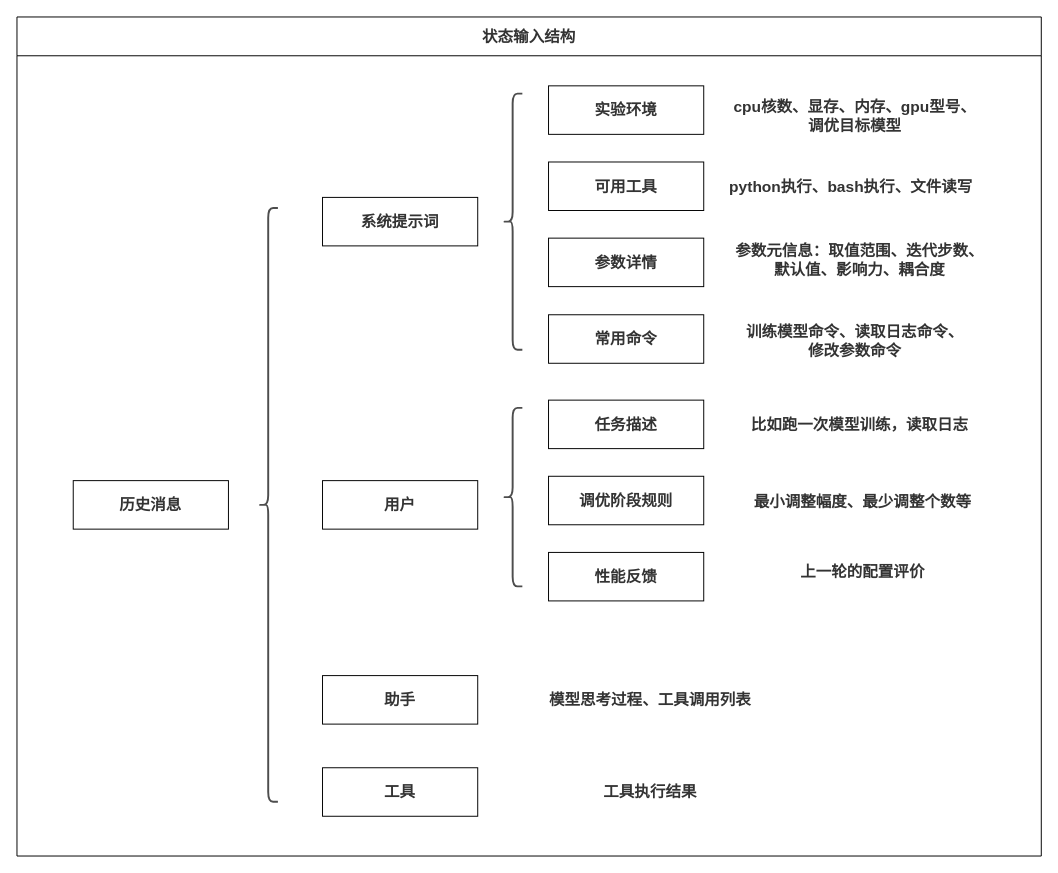
The draw.io diagram page "第 5 页" (5 of 14) of KernelTuneAgent.drawio in DonCoyi/_pictures, before the edit. Source tidied: cells renumbered, new cells numbered last; positions are measured from the earlier drawing's top-left corner, leaving out a move shared by most shapes. Both pictures are drawn from the tidied source at 97%, with x=0, y=0 at pixel (16, 16).
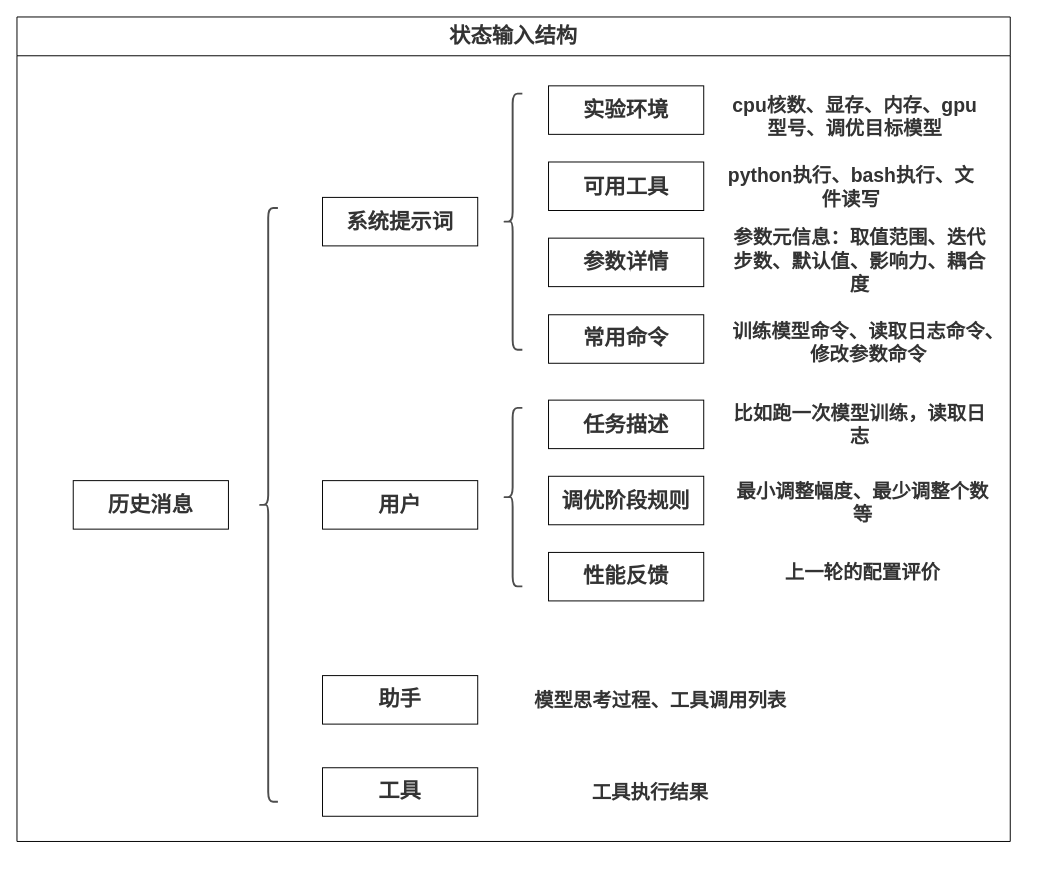
The same page after the edit.

The edit, as a diff of the source:
```diff
@@
-    <mxCell id="2" value="&lt;span style=&quot;font-size: 16px;&quot;&gt;&lt;font style=&quot;&quot;&gt;状态输入结构&lt;/font&gt;&lt;/span&gt;" style="swimlane;whiteSpace=wrap;html=1;startSize=40;fontColor=#333333;fontFamily=宋体;fontStyle=1;" parent="1" vertex="1">
-      <mxGeometry width="1056" height="865" as="geometry" />
+    <mxCell id="2" value="&lt;font style=&quot;font-size: 22px;&quot;&gt;状态输入结构&lt;/font&gt;" style="swimlane;whiteSpace=wrap;html=1;startSize=40;fontColor=#333333;fontFamily=宋体;fontStyle=1;" parent="1" vertex="1">
+      <mxGeometry width="1024" height="850" as="geometry" />
     </mxCell>
-    <mxCell id="3" value="&lt;font style=&quot;&quot;&gt;&lt;span style=&quot;font-size: 12pt; line-height: 150%;&quot;&gt;&lt;span style=&quot;font-size: 12pt; line-height: 150%;&quot;&gt;&lt;span style=&quot;&quot;&gt;系统提示词&lt;/span&gt;&lt;/span&gt;&lt;/span&gt;&lt;/font&gt;" style="rounded=0;whiteSpace=wrap;html=1;fontColor=#333333;fontFamily=宋体;fontStyle=1;" parent="2" vertex="1">
+    <mxCell id="3" value="&lt;font style=&quot;font-size: 22px;&quot;&gt;&lt;span style=&quot;line-height: 150%;&quot;&gt;&lt;span style=&quot;line-height: 150%;&quot;&gt;系统提示词&lt;/span&gt;&lt;/span&gt;&lt;/font&gt;" style="rounded=0;whiteSpace=wrap;html=1;fontColor=#333333;fontFamily=宋体;fontStyle=1;" parent="2" vertex="1">
       <mxGeometry x="315" y="186" width="160" height="50" as="geometry" />
     </mxCell>
@@
-    <mxCell id="5" value="&lt;font style=&quot;&quot;&gt;&lt;span style=&quot;font-size: 12pt; line-height: 150%;&quot;&gt;&lt;span style=&quot;font-size: 12pt; line-height: 150%;&quot;&gt;&lt;span style=&quot;&quot;&gt;实验环境&lt;/span&gt;&lt;/span&gt;&lt;/span&gt;&lt;/font&gt;" style="rounded=0;whiteSpace=wrap;html=1;fontColor=#333333;fontFamily=宋体;fontStyle=1;" parent="2" vertex="1">
+    <mxCell id="5" value="&lt;font style=&quot;font-size: 22px;&quot;&gt;&lt;span style=&quot;line-height: 150%;&quot;&gt;&lt;span style=&quot;line-height: 150%;&quot;&gt;实验环境&lt;/span&gt;&lt;/span&gt;&lt;/font&gt;" style="rounded=0;whiteSpace=wrap;html=1;fontColor=#333333;fontFamily=宋体;fontStyle=1;" parent="2" vertex="1">
       <mxGeometry x="548" y="71" width="160" height="50" as="geometry" />
     </mxCell>
-    <mxCell id="6" value="&lt;font style=&quot;&quot;&gt;&lt;span style=&quot;font-size: 12pt; line-height: 150%;&quot;&gt;&lt;span style=&quot;font-size: 12pt; line-height: 150%;&quot;&gt;&lt;span style=&quot;&quot;&gt;可用工具&lt;/span&gt;&lt;/span&gt;&lt;/span&gt;&lt;/font&gt;" style="rounded=0;whiteSpace=wrap;html=1;fontColor=#333333;fontFamily=宋体;fontStyle=1;" parent="2" vertex="1">
+    <mxCell id="6" value="&lt;font style=&quot;font-size: 22px;&quot;&gt;&lt;span style=&quot;line-height: 150%;&quot;&gt;&lt;span style=&quot;line-height: 150%;&quot;&gt;可用工具&lt;/span&gt;&lt;/span&gt;&lt;/font&gt;" style="rounded=0;whiteSpace=wrap;html=1;fontColor=#333333;fontFamily=宋体;fontStyle=1;" parent="2" vertex="1">
       <mxGeometry x="548" y="149.5" width="160" height="50" as="geometry" />
     </mxCell>
-    <mxCell id="7" value="&lt;font&gt;&lt;span style=&quot;font-size: 16px;&quot;&gt;&lt;span&gt;参数详&lt;/span&gt;&lt;/span&gt;&lt;/font&gt;&lt;font&gt;&lt;span style=&quot;font-size: 16px;&quot;&gt;&lt;span&gt;情&lt;/span&gt;&lt;/span&gt;&lt;/font&gt;" style="rounded=0;whiteSpace=wrap;html=1;fontColor=#333333;fontFamily=宋体;fontStyle=1;" parent="2" vertex="1">
+    <mxCell id="7" value="&lt;font style=&quot;font-size: 22px;&quot;&gt;参数详情&lt;/font&gt;" style="rounded=0;whiteSpace=wrap;html=1;fontColor=#333333;fontFamily=宋体;fontStyle=1;" parent="2" vertex="1">
       <mxGeometry x="548" y="228" width="160" height="50" as="geometry" />
     </mxCell>
-    <mxCell id="8" value="&lt;font&gt;&lt;span style=&quot;font-size: 16px;&quot;&gt;&lt;span&gt;常用命令&lt;/span&gt;&lt;/span&gt;&lt;/font&gt;" style="rounded=0;whiteSpace=wrap;html=1;fontColor=#333333;fontFamily=宋体;fontStyle=1;" parent="2" vertex="1">
+    <mxCell id="8" value="&lt;font style=&quot;font-size: 22px;&quot;&gt;常用命令&lt;/font&gt;" style="rounded=0;whiteSpace=wrap;html=1;fontColor=#333333;fontFamily=宋体;fontStyle=1;" parent="2" vertex="1">
       <mxGeometry x="548" y="307" width="160" height="50" as="geometry" />
     </mxCell>
-    <mxCell id="9" value="&lt;span style=&quot;font-size: 16px;&quot;&gt;&lt;span&gt;&lt;font style=&quot;&quot;&gt;cpu核数、显存、内存、gpu型号、调优目标模型&lt;/font&gt;&lt;/span&gt;&lt;/span&gt;" style="text;html=1;whiteSpace=wrap;strokeColor=none;fillColor=none;align=center;verticalAlign=middle;rounded=0;fontColor=#333333;fontFamily=宋体;fontStyle=1;" parent="2" vertex="1">
+    <mxCell id="9" value="&lt;font style=&quot;font-size: 20px;&quot;&gt;cpu核数、显存、内存、gpu型号、调优目标模型&lt;/font&gt;" style="text;html=1;whiteSpace=wrap;strokeColor=none;fillColor=none;align=center;verticalAlign=middle;rounded=0;fontColor=#333333;fontFamily=宋体;fontStyle=1;" parent="2" vertex="1">
       <mxGeometry x="732" y="79" width="264" height="45" as="geometry" />
     </mxCell>
-    <mxCell id="10" value="&lt;span style=&quot;font-size: 16px;&quot;&gt;&lt;span&gt;&lt;font style=&quot;&quot;&gt;python执行、bash执行、文件读写&lt;/font&gt;&lt;/span&gt;&lt;/span&gt;" style="text;html=1;whiteSpace=wrap;strokeColor=none;fillColor=none;align=center;verticalAlign=middle;rounded=0;fontColor=#333333;fontFamily=宋体;fontStyle=1;" parent="2" vertex="1">
+    <mxCell id="10" value="&lt;font style=&quot;font-size: 20px;&quot;&gt;python执行、bash执行、文件读写&lt;/font&gt;" style="text;html=1;whiteSpace=wrap;strokeColor=none;fillColor=none;align=center;verticalAlign=middle;rounded=0;fontColor=#333333;fontFamily=宋体;fontStyle=1;" parent="2" vertex="1">
       <mxGeometry x="728" y="159.5" width="264" height="30" as="geometry" />
     </mxCell>
-    <mxCell id="11" value="&lt;span style=&quot;font-size: 16px;&quot;&gt;&lt;span&gt;&lt;font style=&quot;&quot;&gt;参数元信息：取值范围、迭代步数、默认值、影响力、耦合度&lt;/font&gt;&lt;/span&gt;&lt;/span&gt;" style="text;html=1;whiteSpace=wrap;strokeColor=none;fillColor=none;align=center;verticalAlign=middle;rounded=0;fontColor=#333333;fontFamily=宋体;fontStyle=1;" parent="2" vertex="1">
+    <mxCell id="11" value="&lt;font style=&quot;font-size: 20px;&quot;&gt;参数元信息：取值范围、迭代步数、默认值、影响力、耦合度&lt;/font&gt;" style="text;html=1;whiteSpace=wrap;strokeColor=none;fillColor=none;align=center;verticalAlign=middle;rounded=0;fontColor=#333333;fontFamily=宋体;fontStyle=1;" parent="2" vertex="1">
       <mxGeometry x="737" y="236" width="264" height="30" as="geometry" />
     </mxCell>
-    <mxCell id="12" value="&lt;font&gt;&lt;span style=&quot;font-size: 16px;&quot;&gt;&lt;span&gt;训练模型命令、读取日志命令、&lt;/span&gt;&lt;/span&gt;&lt;/font&gt;&lt;div&gt;&lt;font&gt;&lt;span style=&quot;font-size: 16px;&quot;&gt;&lt;span&gt;修改参数命令&lt;/span&gt;&lt;/span&gt;&lt;/font&gt;&lt;/div&gt;" style="text;html=1;whiteSpace=wrap;strokeColor=none;fillColor=none;align=center;verticalAlign=middle;rounded=0;fontColor=#333333;fontFamily=宋体;fontStyle=1;" parent="2" vertex="1">
-      <mxGeometry x="732" y="319" width="264" height="30" as="geometry" />
+    <mxCell id="12" value="&lt;font style=&quot;font-size: 20px;&quot;&gt;训练模型命令、读取日志命令、&lt;/font&gt;&lt;div&gt;&lt;font style=&quot;font-size: 20px;&quot;&gt;修改参数命令&lt;/font&gt;&lt;/div&gt;" style="text;html=1;whiteSpace=wrap;strokeColor=none;fillColor=none;align=center;verticalAlign=middle;rounded=0;fontColor=#333333;fontFamily=宋体;fontStyle=1;" parent="2" vertex="1">
+      <mxGeometry x="732" y="307" width="292" height="55" as="geometry" />
     </mxCell>
-    <mxCell id="13" value="&lt;font style=&quot;&quot;&gt;&lt;span style=&quot;font-size: 12pt; line-height: 150%;&quot;&gt;&lt;span style=&quot;font-size: 12pt; line-height: 150%;&quot;&gt;&lt;span style=&quot;&quot;&gt;用户&lt;/span&gt;&lt;/span&gt;&lt;/span&gt;&lt;/font&gt;" style="rounded=0;whiteSpace=wrap;html=1;fontColor=#333333;fontFamily=宋体;fontStyle=1;" parent="2" vertex="1">
+    <mxCell id="13" value="&lt;font style=&quot;font-size: 22px;&quot;&gt;&lt;span style=&quot;line-height: 150%;&quot;&gt;&lt;span style=&quot;line-height: 150%;&quot;&gt;用户&lt;/span&gt;&lt;/span&gt;&lt;/font&gt;" style="rounded=0;whiteSpace=wrap;html=1;fontColor=#333333;fontFamily=宋体;fontStyle=1;" parent="2" vertex="1">
       <mxGeometry x="315" y="478" width="160" height="50" as="geometry" />
     </mxCell>
-    <mxCell id="14" value="&lt;font style=&quot;&quot;&gt;&lt;span style=&quot;font-size: 12pt; line-height: 150%;&quot;&gt;&lt;span style=&quot;font-size: 12pt; line-height: 150%;&quot;&gt;&lt;span style=&quot;&quot;&gt;历史消息&lt;/span&gt;&lt;/span&gt;&lt;/span&gt;&lt;/font&gt;" style="rounded=0;whiteSpace=wrap;html=1;fontColor=#333333;fontFamily=宋体;fontStyle=1;" parent="2" vertex="1">
+    <mxCell id="14" value="&lt;font style=&quot;font-size: 22px;&quot;&gt;&lt;span style=&quot;line-height: 150%;&quot;&gt;&lt;span style=&quot;line-height: 150%;&quot;&gt;历史消息&lt;/span&gt;&lt;/span&gt;&lt;/font&gt;" style="rounded=0;whiteSpace=wrap;html=1;fontColor=#333333;fontFamily=宋体;fontStyle=1;" parent="2" vertex="1">
       <mxGeometry x="58" y="478" width="160" height="50" as="geometry" />
     </mxCell>
-    <mxCell id="15" value="&lt;font&gt;&lt;span style=&quot;font-size: 16px;&quot;&gt;&lt;span&gt;助手&lt;/span&gt;&lt;/span&gt;&lt;/font&gt;" style="rounded=0;whiteSpace=wrap;html=1;fontColor=#333333;fontFamily=宋体;fontStyle=1;" parent="2" vertex="1">
+    <mxCell id="15" value="&lt;font style=&quot;font-size: 22px;&quot;&gt;助手&lt;/font&gt;" style="rounded=0;whiteSpace=wrap;html=1;fontColor=#333333;fontFamily=宋体;fontStyle=1;" parent="2" vertex="1">
       <mxGeometry x="315" y="679" width="160" height="50" as="geometry" />
     </mxCell>
@@
-    <mxCell id="18" value="&lt;font style=&quot;&quot;&gt;&lt;span style=&quot;font-size: 12pt; line-height: 150%;&quot;&gt;&lt;span style=&quot;font-size: 12pt; line-height: 150%;&quot;&gt;&lt;span style=&quot;&quot;&gt;任务描述&lt;/span&gt;&lt;/span&gt;&lt;/span&gt;&lt;/font&gt;" style="rounded=0;whiteSpace=wrap;html=1;fontColor=#333333;fontFamily=宋体;fontStyle=1;" parent="2" vertex="1">
+    <mxCell id="18" value="&lt;font style=&quot;font-size: 22px;&quot;&gt;&lt;span style=&quot;line-height: 150%;&quot;&gt;&lt;span style=&quot;line-height: 150%;&quot;&gt;任务描述&lt;/span&gt;&lt;/span&gt;&lt;/font&gt;" style="rounded=0;whiteSpace=wrap;html=1;fontColor=#333333;fontFamily=宋体;fontStyle=1;" parent="2" vertex="1">
       <mxGeometry x="548" y="395" width="160" height="50" as="geometry" />
     </mxCell>
-    <mxCell id="19" value="&lt;font style=&quot;&quot;&gt;&lt;span style=&quot;font-size: 12pt; line-height: 150%;&quot;&gt;&lt;span style=&quot;font-size: 12pt; line-height: 150%;&quot;&gt;&lt;span style=&quot;&quot;&gt;调优阶段规则&lt;/span&gt;&lt;/span&gt;&lt;/span&gt;&lt;/font&gt;" style="rounded=0;whiteSpace=wrap;html=1;fontColor=#333333;fontFamily=宋体;fontStyle=1;" parent="2" vertex="1">
+    <mxCell id="19" value="&lt;font style=&quot;font-size: 22px;&quot;&gt;&lt;span style=&quot;line-height: 150%;&quot;&gt;&lt;span style=&quot;line-height: 150%;&quot;&gt;调优阶段规则&lt;/span&gt;&lt;/span&gt;&lt;/font&gt;" style="rounded=0;whiteSpace=wrap;html=1;fontColor=#333333;fontFamily=宋体;fontStyle=1;" parent="2" vertex="1">
       <mxGeometry x="548" y="473.5" width="160" height="50" as="geometry" />
     </mxCell>
-    <mxCell id="20" value="&lt;font&gt;&lt;span style=&quot;font-size: 16px;&quot;&gt;&lt;span&gt;性能反馈&lt;/span&gt;&lt;/span&gt;&lt;/font&gt;" style="rounded=0;whiteSpace=wrap;html=1;fontColor=#333333;fontFamily=宋体;fontStyle=1;" parent="2" vertex="1">
+    <mxCell id="20" value="&lt;font style=&quot;font-size: 22px;&quot;&gt;性能反馈&lt;/font&gt;" style="rounded=0;whiteSpace=wrap;html=1;fontColor=#333333;fontFamily=宋体;fontStyle=1;" parent="2" vertex="1">
       <mxGeometry x="548" y="552" width="160" height="50" as="geometry" />
     </mxCell>
-    <mxCell id="21" value="&lt;span style=&quot;font-size: 16px;&quot;&gt;&lt;span&gt;&lt;font style=&quot;&quot;&gt;比如跑一次模型训练，读取日志&lt;/font&gt;&lt;/span&gt;&lt;/span&gt;" style="text;html=1;whiteSpace=wrap;strokeColor=none;fillColor=none;align=center;verticalAlign=middle;rounded=0;fontColor=#333333;fontFamily=宋体;fontStyle=1;" parent="2" vertex="1">
+    <mxCell id="21" value="&lt;font style=&quot;font-size: 20px;&quot;&gt;比如跑一次模型训练，读取日志&lt;/font&gt;" style="text;html=1;whiteSpace=wrap;strokeColor=none;fillColor=none;align=center;verticalAlign=middle;rounded=0;fontColor=#333333;fontFamily=宋体;fontStyle=1;" parent="2" vertex="1">
       <mxGeometry x="737" y="405" width="264" height="30" as="geometry" />
     </mxCell>
-    <mxCell id="22" value="&lt;span style=&quot;font-size: 16px;&quot;&gt;&lt;span&gt;&lt;font style=&quot;&quot;&gt;最小调整幅度、最少调整个数等&lt;/font&gt;&lt;/span&gt;&lt;/span&gt;" style="text;html=1;whiteSpace=wrap;strokeColor=none;fillColor=none;align=center;verticalAlign=middle;rounded=0;fontColor=#333333;fontFamily=宋体;fontStyle=1;" parent="2" vertex="1">
+    <mxCell id="22" value="&lt;font style=&quot;font-size: 20px;&quot;&gt;最小调整幅度、最少调整个数等&lt;/font&gt;" style="text;html=1;whiteSpace=wrap;strokeColor=none;fillColor=none;align=center;verticalAlign=middle;rounded=0;fontColor=#333333;fontFamily=宋体;fontStyle=1;" parent="2" vertex="1">
       <mxGeometry x="740" y="485" width="264" height="30" as="geometry" />
     </mxCell>
-    <mxCell id="23" value="&lt;span style=&quot;font-size: 16px;&quot;&gt;&lt;span&gt;&lt;font style=&quot;&quot;&gt;上一轮的配置评价&lt;/font&gt;&lt;/span&gt;&lt;/span&gt;" style="text;html=1;whiteSpace=wrap;strokeColor=none;fillColor=none;align=center;verticalAlign=middle;rounded=0;fontColor=#333333;fontFamily=宋体;fontStyle=1;" parent="2" vertex="1">
+    <mxCell id="23" value="&lt;font style=&quot;font-size: 20px;&quot;&gt;上一轮的配置评价&lt;/font&gt;" style="text;html=1;whiteSpace=wrap;strokeColor=none;fillColor=none;align=center;verticalAlign=middle;rounded=0;fontColor=#333333;fontFamily=宋体;fontStyle=1;" parent="2" vertex="1">
       <mxGeometry x="740" y="557" width="264" height="30" as="geometry" />
     </mxCell>
-    <mxCell id="24" value="&lt;font&gt;&lt;span style=&quot;font-size: 16px;&quot;&gt;&lt;span&gt;工具&lt;/span&gt;&lt;/span&gt;&lt;/font&gt;" style="rounded=0;whiteSpace=wrap;html=1;fontColor=#333333;fontFamily=宋体;fontStyle=1;" parent="2" vertex="1">
+    <mxCell id="24" value="&lt;font style=&quot;font-size: 22px;&quot;&gt;工具&lt;/font&gt;" style="rounded=0;whiteSpace=wrap;html=1;fontColor=#333333;fontFamily=宋体;fontStyle=1;" parent="2" vertex="1">
       <mxGeometry x="315" y="774" width="160" height="50" as="geometry" />
     </mxCell>
-    <mxCell id="25" value="&lt;span style=&quot;font-size: 16px;&quot;&gt;&lt;span&gt;&lt;font style=&quot;&quot;&gt;模型思考过程、工具调用列表&lt;/font&gt;&lt;/span&gt;&lt;/span&gt;" style="text;html=1;whiteSpace=wrap;strokeColor=none;fillColor=none;align=center;verticalAlign=middle;rounded=0;fontColor=#333333;fontFamily=宋体;fontStyle=1;" parent="2" vertex="1">
-      <mxGeometry x="521" y="689" width="264" height="30" as="geometry" />
+    <mxCell id="25" value="&lt;font style=&quot;font-size: 20px;&quot;&gt;模型思考过程、工具调用列表&lt;/font&gt;" style="text;html=1;whiteSpace=wrap;strokeColor=none;fillColor=none;align=center;verticalAlign=middle;rounded=0;fontColor=#333333;fontFamily=宋体;fontStyle=1;" parent="2" vertex="1">
+      <mxGeometry x="521" y="689" width="285" height="30" as="geometry" />
     </mxCell>
-    <mxCell id="26" value="&lt;span style=&quot;font-size: 16px;&quot;&gt;&lt;span&gt;&lt;font style=&quot;&quot;&gt;工具执行结果&lt;/font&gt;&lt;/span&gt;&lt;/span&gt;" style="text;html=1;whiteSpace=wrap;strokeColor=none;fillColor=none;align=center;verticalAlign=middle;rounded=0;fontColor=#333333;fontFamily=宋体;fontStyle=1;" parent="2" vertex="1">
+    <mxCell id="26" value="&lt;font style=&quot;font-size: 20px;&quot;&gt;工具执行结果&lt;/font&gt;" style="text;html=1;whiteSpace=wrap;strokeColor=none;fillColor=none;align=center;verticalAlign=middle;rounded=0;fontColor=#333333;fontFamily=宋体;fontStyle=1;" parent="2" vertex="1">
       <mxGeometry x="521" y="784" width="264" height="30" as="geometry" />
     </mxCell>
```
